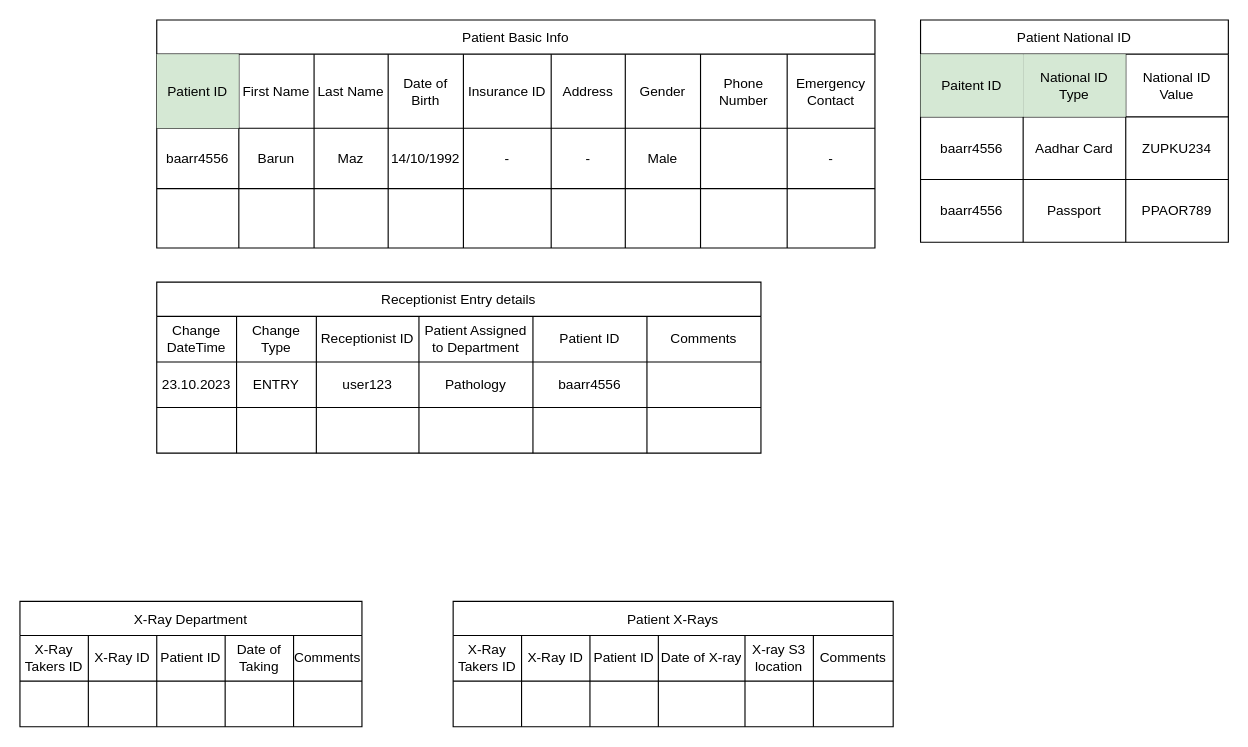
The draw.io diagram page "Page-3" (3 of 4) of extras/Database Normalized.drawio in barunps3/patient_api, before the edit. Source tidied: cells renumbered, new cells numbered last; positions are measured from the earlier drawing's top-left corner, leaving out a move shared by most shapes. Both pictures are drawn from the tidied source at 114%, with x=0, y=0 at pixel (19, 19).
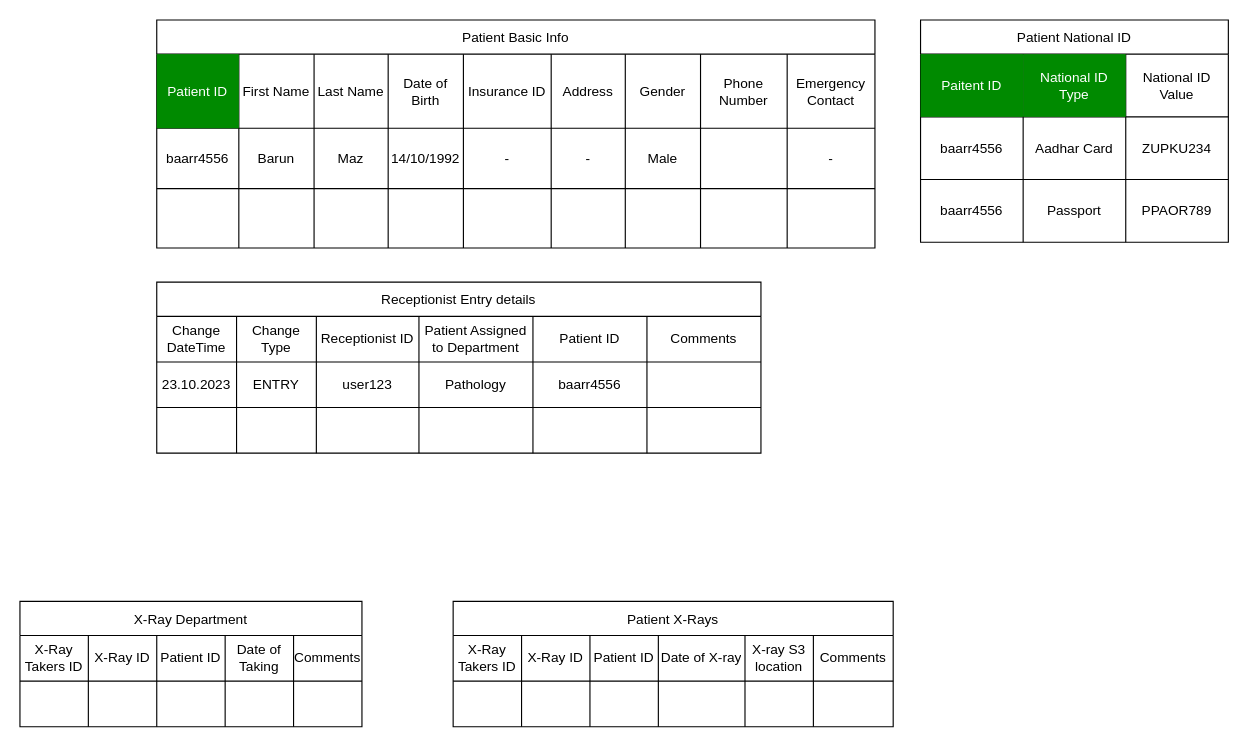
The same page after the edit.

The change refers to these unchanged cells:
```xml
<mxCell id="3" style="shape=tableRow;horizontal=0;startSize=0;swimlaneHead=0;swimlaneBody=0;strokeColor=inherit;top=0;left=0;bottom=0;right=0;fillColor=none;" parent="2" vertex="1">
  <mxGeometry y="30" width="630" height="65" as="geometry" />
</mxCell>
<mxCell id="84" style="shape=tableRow;horizontal=0;startSize=0;swimlaneHead=0;swimlaneBody=0;strokeColor=inherit;top=0;left=0;bottom=0;right=0;fillColor=none;" parent="83" vertex="1">
  <mxGeometry y="30" width="270" height="55" as="geometry" />
</mxCell>
```

Change to the diagram source:
```diff
@@
-    <mxCell id="4" value="Patient ID" style="shape=partialRectangle;html=1;whiteSpace=wrap;strokeColor=#82b366;overflow=hidden;fillColor=#d5e8d4;top=0;left=0;bottom=0;right=0;" parent="3" vertex="1">
+    <mxCell id="4" value="Patient ID" style="shape=partialRectangle;html=1;whiteSpace=wrap;strokeColor=#005700;overflow=hidden;fillColor=#008a00;top=0;left=0;bottom=0;right=0;fontColor=#ffffff;" parent="3" vertex="1">
       <mxGeometry width="72" height="65" as="geometry" />
     </mxCell>
@@
-    <mxCell id="85" value="Paitent ID" style="shape=partialRectangle;html=1;whiteSpace=wrap;strokeColor=#82b366;overflow=hidden;fillColor=#d5e8d4;top=0;left=0;bottom=0;right=0;" parent="84" vertex="1">
+    <mxCell id="85" value="Paitent ID" style="shape=partialRectangle;html=1;whiteSpace=wrap;strokeColor=#005700;overflow=hidden;fillColor=#008a00;top=0;left=0;bottom=0;right=0;fontColor=#ffffff;" parent="84" vertex="1">
       <mxGeometry width="90" height="55" as="geometry" />
     </mxCell>
-    <mxCell id="86" value="National ID Type" style="shape=partialRectangle;html=1;whiteSpace=wrap;strokeColor=#82b366;overflow=hidden;fillColor=#d5e8d4;top=0;left=0;bottom=0;right=0;" parent="84" vertex="1">
+    <mxCell id="86" value="National ID Type" style="shape=partialRectangle;html=1;whiteSpace=wrap;strokeColor=#005700;overflow=hidden;fillColor=#008a00;top=0;left=0;bottom=0;right=0;fontColor=#ffffff;" parent="84" vertex="1">
       <mxGeometry x="90" width="90" height="55" as="geometry" />
     </mxCell>
```
